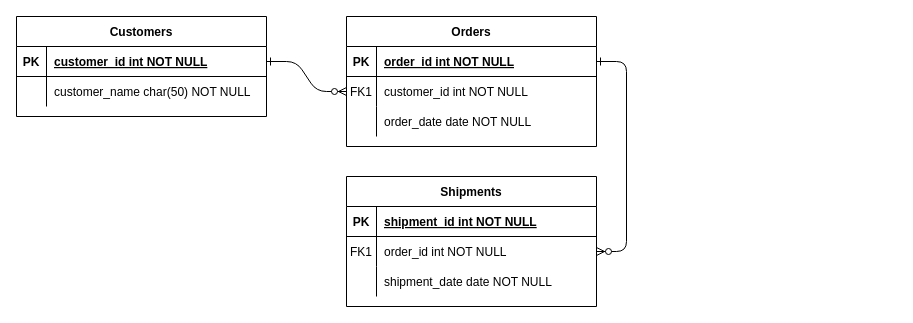
devjuankop/DiagramaAX keeps this draw.io diagram as Diagrama sin título.drawio. Above is the earlier version. Source tidied: cells renumbered, new cells numbered last; positions are measured from the earlier drawing's top-left corner, leaving out a move shared by most shapes. Both pictures are drawn from the tidied source at 100%, with x=0, y=0 at pixel (16, 16).
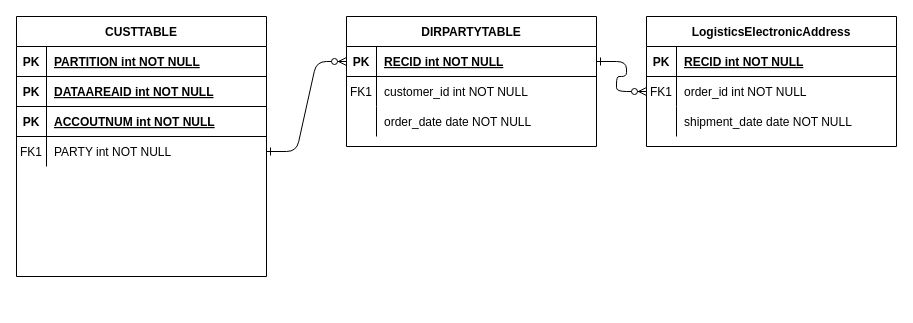
After the change.

The change refers to these unchanged cells:
```xml
<mxCell id="5" style="shape=partialRectangle;fillColor=none;points=[[0,0.5],[1,0.5]];portConstraint=eastwest;top=0;left=0;right=0;bottom=1;" parent="4" vertex="1">
  <mxGeometry y="30" width="250" height="30" as="geometry" />
</mxCell>
<mxCell id="8" style="shape=partialRectangle;fillColor=none;points=[[0,0.5],[1,0.5]];portConstraint=eastwest;top=0;left=0;right=0;bottom=0;" parent="4" vertex="1">
  <mxGeometry y="60" width="250" height="30" as="geometry" />
</mxCell>
<mxCell id="15" style="shape=partialRectangle;fillColor=none;top=0;left=0;right=0;bottom=1;" parent="14" vertex="1">
  <mxGeometry y="30" width="250" height="30" as="geometry" />
</mxCell>
<mxCell id="25" style="shape=partialRectangle;fillColor=none;points=[[0,0.5],[1,0.5]];portConstraint=eastwest;top=0;left=0;right=0;bottom=1;" parent="24" vertex="1">
  <mxGeometry y="30" width="250" height="30" as="geometry" />
</mxCell>
```

Change to the diagram source:
```diff
@@
-    <mxCell id="2" style="edgeStyle=entityRelationEdgeStyle;endArrow=ERzeroToMany;startArrow=ERone;endFill=1;startFill=0;" parent="1" edge="1" source="25" target="8">
+    <mxCell id="2" style="edgeStyle=entityRelationEdgeStyle;endArrow=ERzeroToMany;startArrow=ERone;endFill=1;startFill=0;exitX=1;exitY=0.5;exitDx=0;exitDy=0;entryX=0;entryY=0.5;entryDx=0;entryDy=0;" parent="1" edge="1" source="37" target="5">
       <mxGeometry relative="1" as="geometry" />
     </mxCell>
@@
-    <mxCell id="4" value="Orders" style="shape=table;startSize=30;childLayout=tableLayout;rowLines=0;fontStyle=1;align=center;" parent="1" vertex="1">
+    <mxCell id="4" value="DIRPARTYTABLE" style="shape=table;startSize=30;childLayout=tableLayout;rowLines=0;fontStyle=1;align=center;" parent="1" vertex="1">
       <mxGeometry x="330" width="250" height="130" as="geometry" />
     </mxCell>
@@
-    <mxCell id="7" value="order_id int NOT NULL " style="shape=partialRectangle;overflow=hidden;fillColor=none;top=0;left=0;bottom=0;right=0;align=left;spacingLeft=6;fontStyle=5;" parent="5" vertex="1">
+    <mxCell id="7" value="RECID int NOT NULL " style="shape=partialRectangle;overflow=hidden;fillColor=none;top=0;left=0;bottom=0;right=0;align=left;spacingLeft=6;fontStyle=5;" parent="5" vertex="1">
       <mxGeometry x="30" width="220" height="30" as="geometry" />
     </mxCell>
@@
-    <mxCell id="14" value="Shipments" style="shape=table;startSize=30;childLayout=tableLayout;rowLines=0;fontStyle=1;align=center;" parent="1" vertex="1">
-      <mxGeometry x="330" y="160" width="250" height="130" as="geometry" />
+    <mxCell id="14" value="LogisticsElectronicAddress" style="shape=table;startSize=30;childLayout=tableLayout;rowLines=0;fontStyle=1;align=center;" parent="1" vertex="1">
+      <mxGeometry x="630" width="250" height="130" as="geometry" />
     </mxCell>
@@
-    <mxCell id="17" value="shipment_id int NOT NULL " style="shape=partialRectangle;overflow=hidden;fillColor=none;top=0;left=0;bottom=0;right=0;align=left;spacingLeft=6;fontStyle=5;" parent="15" vertex="1">
+    <mxCell id="17" value="RECID int NOT NULL " style="shape=partialRectangle;overflow=hidden;fillColor=none;top=0;left=0;bottom=0;right=0;align=left;spacingLeft=6;fontStyle=5;" parent="15" vertex="1">
       <mxGeometry x="30" width="220" height="30" as="geometry" />
     </mxCell>
@@
-    <mxCell id="24" value="Customers" style="shape=table;startSize=30;childLayout=tableLayout;rowLines=0;fontStyle=1;align=center;" parent="1" vertex="1">
-      <mxGeometry width="250" height="100" as="geometry" />
+    <mxCell id="24" value="CUSTTABLE" style="shape=table;startSize=30;childLayout=tableLayout;rowLines=0;fontStyle=1;align=center;" parent="1" vertex="1">
+      <mxGeometry width="250" height="260" as="geometry" />
     </mxCell>
@@
-    <mxCell id="27" value="customer_id int NOT NULL " style="shape=partialRectangle;overflow=hidden;fillColor=none;top=0;left=0;bottom=0;right=0;align=left;spacingLeft=6;fontStyle=5;" parent="25" vertex="1">
+    <mxCell id="27" value="PARTITION int NOT NULL " style="shape=partialRectangle;overflow=hidden;fillColor=none;top=0;left=0;bottom=0;right=0;align=left;spacingLeft=6;fontStyle=5;" parent="25" vertex="1">
       <mxGeometry x="30" width="220" height="30" as="geometry" />
     </mxCell>
-    <mxCell id="28" style="shape=partialRectangle;fillColor=none;top=0;left=0;right=0;bottom=0;" parent="24" vertex="1">
-      <mxGeometry y="60" width="250" height="30" as="geometry" />
-    </mxCell>
-    <mxCell id="29" style="shape=partialRectangle;overflow=hidden;fillColor=none;top=0;left=0;bottom=0;right=0;" parent="28" vertex="1">
-      <mxGeometry width="30" height="30" as="geometry" />
-    </mxCell>
-    <mxCell id="30" value="customer_name char(50) NOT NULL" style="shape=partialRectangle;overflow=hidden;fillColor=none;top=0;left=0;bottom=0;right=0;align=left;spacingLeft=6;" parent="28" vertex="1">
-      <mxGeometry x="30" width="220" height="30" as="geometry" />
-    </mxCell>
+    <mxCell id="31" style="shape=partialRectangle;fillColor=none;top=0;left=0;right=0;bottom=1;" parent="24" vertex="1">
+      <mxGeometry y="60" width="250" height="30" as="geometry" />
+    </mxCell>
+    <mxCell id="32" value="PK" style="shape=partialRectangle;overflow=hidden;fillColor=none;top=0;left=0;bottom=0;right=0;fontStyle=1;" parent="31" vertex="1">
+      <mxGeometry width="30" height="30" as="geometry" />
+    </mxCell>
+    <mxCell id="33" value="DATAAREAID int NOT NULL " style="shape=partialRectangle;overflow=hidden;fillColor=none;top=0;left=0;bottom=0;right=0;align=left;spacingLeft=6;fontStyle=5;" parent="31" vertex="1">
+      <mxGeometry x="30" width="220" height="30" as="geometry" />
+    </mxCell>
+    <mxCell id="34" style="shape=partialRectangle;fillColor=none;top=0;left=0;right=0;bottom=1;" parent="24" vertex="1">
+      <mxGeometry y="90" width="250" height="30" as="geometry" />
+    </mxCell>
+    <mxCell id="35" value="PK" style="shape=partialRectangle;overflow=hidden;fillColor=none;top=0;left=0;bottom=0;right=0;fontStyle=1;" parent="34" vertex="1">
+      <mxGeometry width="30" height="30" as="geometry" />
+    </mxCell>
+    <mxCell id="36" value="ACCOUTNUM int NOT NULL " style="shape=partialRectangle;overflow=hidden;fillColor=none;top=0;left=0;bottom=0;right=0;align=left;spacingLeft=6;fontStyle=5;" parent="34" vertex="1">
+      <mxGeometry x="30" width="220" height="30" as="geometry" />
+    </mxCell>
+    <mxCell id="37" style="shape=partialRectangle;fillColor=none;points=[[0,0.5],[1,0.5]];portConstraint=eastwest;top=0;left=0;right=0;bottom=0;" parent="24" vertex="1">
+      <mxGeometry y="120" width="250" height="30" as="geometry" />
+    </mxCell>
+    <mxCell id="38" value="FK1" style="shape=partialRectangle;overflow=hidden;fillColor=none;top=0;left=0;bottom=0;right=0;" parent="37" vertex="1">
+      <mxGeometry width="30" height="30" as="geometry" />
+    </mxCell>
+    <mxCell id="39" value="PARTY int NOT NULL" style="shape=partialRectangle;overflow=hidden;fillColor=none;top=0;left=0;bottom=0;right=0;align=left;spacingLeft=6;" parent="37" vertex="1">
+      <mxGeometry x="30" width="220" height="30" as="geometry" />
+    </mxCell>
```
